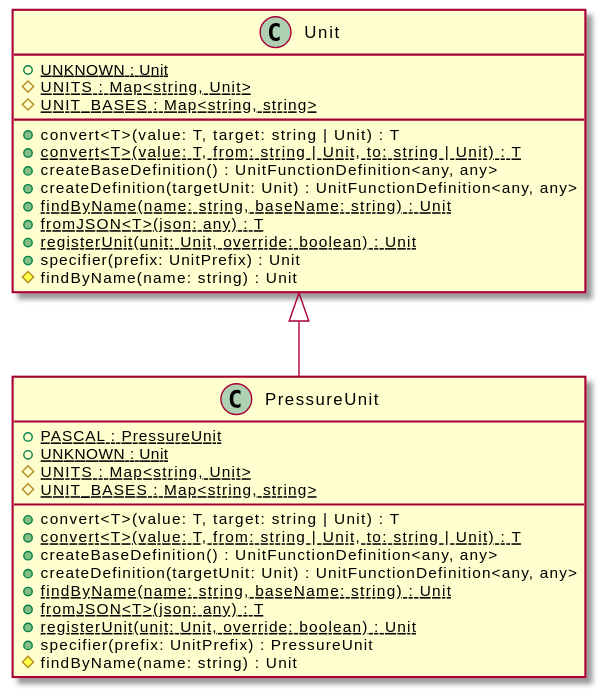
OpenHPS/openhps-core keeps this PlantUML diagram as assets/PressureUnit-umlClassDiagram-1447.svg. Above is the earlier version.
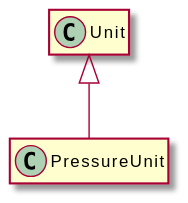
The same file after the commit.

Diff of the diagram source:
```diff
@@ -3,33 +3,8 @@
 hide empty methods
 hide empty fields
 class "PressureUnit" {
-    {static} +PASCAL : PressureUnit
-    {static} +UNKNOWN : Unit
-    {static} #UNITS : Map<string, Unit>
-    {static} #UNIT_BASES : Map<string, string>
-    +convert<T>(value: T, target: string | Unit) : T
-    {static} +convert<T>(value: T, from: string | Unit, to: string | Unit) : T
-    +createBaseDefinition() : UnitFunctionDefinition<any, any>
-    +createDefinition(targetUnit: Unit) : UnitFunctionDefinition<any, any>
-    {static} +findByName(name: string, baseName: string) : Unit
-    {static} +fromJSON<T>(json: any) : T
-    {static} +registerUnit(unit: Unit, override: boolean) : Unit
-    +specifier(prefix: UnitPrefix) : PressureUnit
-    #findByName(name: string) : Unit
 }
 class "Unit" {
-    {static} +UNKNOWN : Unit
-    {static} #UNITS : Map<string, Unit>
-    {static} #UNIT_BASES : Map<string, string>
-    +convert<T>(value: T, target: string | Unit) : T
-    {static} +convert<T>(value: T, from: string | Unit, to: string | Unit) : T
-    +createBaseDefinition() : UnitFunctionDefinition<any, any>
-    +createDefinition(targetUnit: Unit) : UnitFunctionDefinition<any, any>
-    {static} +findByName(name: string, baseName: string) : Unit
-    {static} +fromJSON<T>(json: any) : T
-    {static} +registerUnit(unit: Unit, override: boolean) : Unit
-    +specifier(prefix: UnitPrefix) : Unit
-    #findByName(name: string) : Unit
 }
 "Unit" <|-- "PressureUnit"
 @enduml
```
